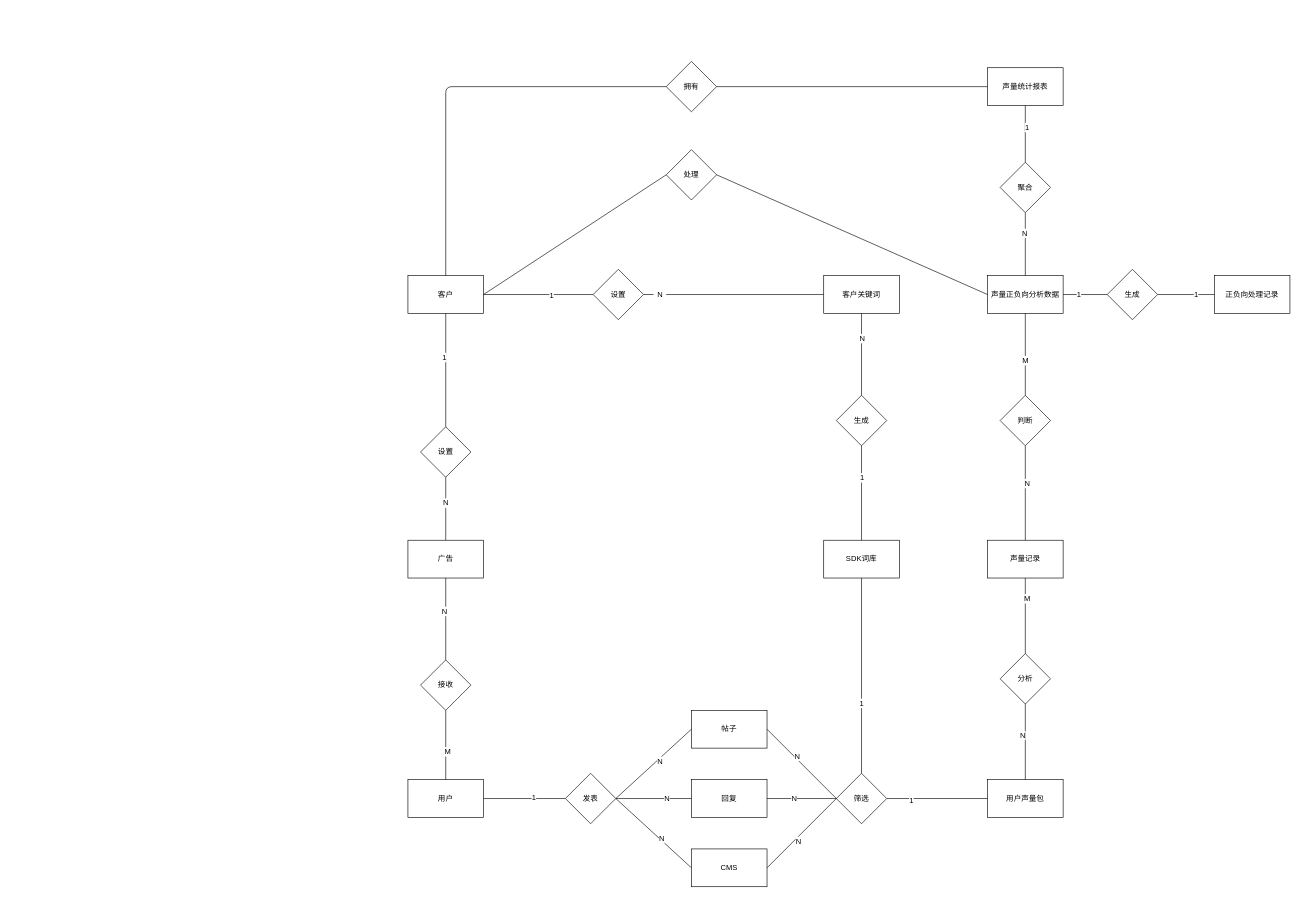
This is ER.drawio from gfwinerme/drawio_shengliang, a draw.io file, before an edit. Source tidied: cells renumbered, new cells numbered last; positions are measured from the earlier drawing's top-left corner, leaving out a move shared by most shapes. Both pictures are drawn from the tidied source at 63%, with x=0, y=0 at pixel (408, 61).
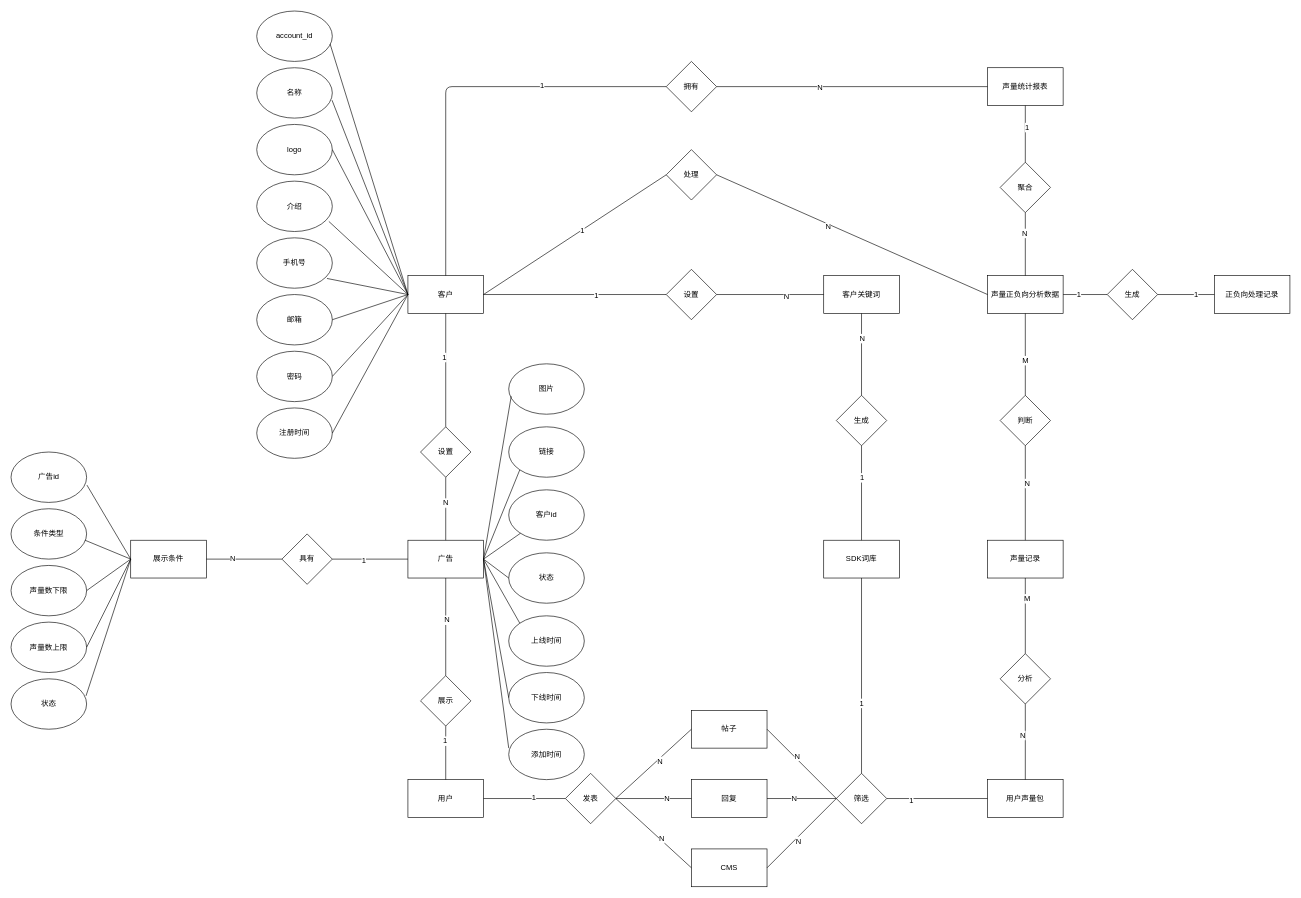
The same page after the edit.

The change refers to these unchanged cells:
```xml
<mxCell id="3" value="客户" style="rounded=0;whiteSpace=wrap;html=1;" parent="1" vertex="1">
  <mxGeometry y="340" width="120" height="60" as="geometry" />
</mxCell>
<mxCell id="4" value="客户关键词" style="rounded=0;whiteSpace=wrap;html=1;" parent="1" vertex="1">
  <mxGeometry x="660" y="340" width="120" height="60" as="geometry" />
</mxCell>
<mxCell id="17" value="用户" style="rounded=0;whiteSpace=wrap;html=1;" parent="1" vertex="1">
  <mxGeometry y="1140" width="120" height="60" as="geometry" />
</mxCell>
<mxCell id="48" value="广告" style="rounded=0;whiteSpace=wrap;html=1;" parent="1" vertex="1">
  <mxGeometry y="760" width="120" height="60" as="geometry" />
</mxCell>
<mxCell id="72" style="endArrow=none;html=1;entryX=0;entryY=0.5;entryDx=0;entryDy=0;exitX=1;exitY=0.5;exitDx=0;exitDy=0;" parent="1" edge="1" source="71" target="65">
  <mxGeometry relative="1" as="geometry" />
</mxCell>
<mxCell id="73" style="endArrow=none;html=1;exitX=0.5;exitY=0;exitDx=0;exitDy=0;entryX=0;entryY=0.5;entryDx=0;entryDy=0;" parent="1" edge="1" source="3" target="71">
  <mxGeometry relative="1" as="geometry">
    <Array as="points">
      <mxPoint x="60" y="40" />
    </Array>
  </mxGeometry>
</mxCell>
<mxCell id="74" style="endArrow=none;html=1;entryX=0;entryY=0.5;entryDx=0;entryDy=0;" parent="1" edge="1" target="75">
  <mxGeometry relative="1" as="geometry">
    <mxPoint x="120" y="370" as="sourcePoint" />
  </mxGeometry>
</mxCell>
<mxCell id="76" style="endArrow=none;html=1;entryX=0;entryY=0.5;entryDx=0;entryDy=0;exitX=1;exitY=0.5;exitDx=0;exitDy=0;" parent="1" edge="1" source="75" target="59">
  <mxGeometry relative="1" as="geometry" />
</mxCell>
```

Diff of the diagram source:
```diff
@@
     <mxCell id="2" value="设置" style="rhombus;whiteSpace=wrap;html=1;" parent="1" vertex="1">
-      <mxGeometry x="294" y="330" width="80" height="80" as="geometry" />
+      <mxGeometry x="410" y="330" width="80" height="80" as="geometry" />
     </mxCell>
@@
-    <mxCell id="8" style="endArrow=none;html=1;entryX=0;entryY=0.5;entryDx=0;entryDy=0;" parent="1" edge="1" source="15" target="4">
-      <mxGeometry relative="1" as="geometry" />
-    </mxCell>
@@
-    <mxCell id="15" value="N" style="text;html=1;align=center;verticalAlign=middle;points=[];" parent="1" vertex="1">
-      <mxGeometry x="390" y="360" width="20" height="20" as="geometry" />
-    </mxCell>
-    <mxCell id="16" style="endArrow=none;html=1;entryX=0;entryY=0.5;entryDx=0;entryDy=0;" parent="1" edge="1" source="2" target="15">
-      <mxGeometry relative="1" as="geometry" />
-    </mxCell>
@@
-    <mxCell id="50" value="接收" style="rhombus;whiteSpace=wrap;html=1;" parent="1" vertex="1">
-      <mxGeometry x="20" y="950" width="80" height="80" as="geometry" />
-    </mxCell>
@@
-    <mxCell id="55" style="endArrow=none;html=1;entryX=0.5;entryY=1;entryDx=0;entryDy=0;" parent="1" edge="1" source="50" target="48">
-      <mxGeometry relative="1" as="geometry" />
-    </mxCell>
-    <mxCell id="56" value="N" style="text;html=1;align=center;verticalAlign=middle;labelBackgroundColor=#ffffff;" parent="55" vertex="1">
-      <mxGeometry x="0.2" y="3" relative="1" as="geometry" />
-    </mxCell>
-    <mxCell id="57" style="endArrow=none;html=1;entryX=0.5;entryY=1;entryDx=0;entryDy=0;exitX=0.5;exitY=0;exitDx=0;exitDy=0;" parent="1" edge="1" source="17" target="50">
-      <mxGeometry relative="1" as="geometry" />
-    </mxCell>
-    <mxCell id="58" value="M" style="text;html=1;align=center;verticalAlign=middle;labelBackgroundColor=#ffffff;" parent="57" vertex="1">
-      <mxGeometry x="-0.18" y="-2" relative="1" as="geometry" />
-    </mxCell>
@@
+    <mxCell id="83" value="N" style="text;html=1;align=center;verticalAlign=middle;labelBackgroundColor=#ffffff;" parent="72" vertex="1">
+      <mxGeometry x="-0.24" y="-1" relative="1" as="geometry" />
+    </mxCell>
@@
+    <mxCell id="84" value="1" style="text;html=1;align=center;verticalAlign=middle;labelBackgroundColor=#ffffff;" parent="73" vertex="1">
+      <mxGeometry x="0.39" y="2" relative="1" as="geometry" />
+    </mxCell>
@@
+    <mxCell id="85" value="1" style="text;html=1;align=center;verticalAlign=middle;labelBackgroundColor=#ffffff;" parent="74" vertex="1">
+      <mxGeometry x="0.08" y="-1" relative="1" as="geometry" />
+    </mxCell>
@@
+    <mxCell id="86" value="N" style="text;html=1;align=center;verticalAlign=middle;labelBackgroundColor=#ffffff;" parent="76" vertex="1">
+      <mxGeometry x="-0.17" y="-4" relative="1" as="geometry" />
+    </mxCell>
@@
+    <mxCell id="87" style="endArrow=none;html=1;exitX=1;exitY=0.5;exitDx=0;exitDy=0;entryX=0;entryY=0.5;entryDx=0;entryDy=0;" parent="1" edge="1" source="2" target="4">
+      <mxGeometry relative="1" as="geometry" />
+    </mxCell>
+    <mxCell id="88" value="N" style="text;html=1;align=center;verticalAlign=middle;labelBackgroundColor=#ffffff;" parent="87" vertex="1">
+      <mxGeometry x="0.29" y="-2" relative="1" as="geometry" />
+    </mxCell>
+    <mxCell id="89" value="logo" style="ellipse;whiteSpace=wrap;html=1;" parent="1" vertex="1">
+      <mxGeometry x="-240" y="100" width="120" height="80" as="geometry" />
+    </mxCell>
+    <mxCell id="90" value="名称" style="ellipse;whiteSpace=wrap;html=1;" parent="1" vertex="1">
+      <mxGeometry x="-240" y="10" width="120" height="80" as="geometry" />
+    </mxCell>
+    <mxCell id="91" value="密码" style="ellipse;whiteSpace=wrap;html=1;" parent="1" vertex="1">
+      <mxGeometry x="-240" y="460" width="120" height="80" as="geometry" />
+    </mxCell>
+    <mxCell id="92" value="手机号" style="ellipse;whiteSpace=wrap;html=1;" parent="1" vertex="1">
+      <mxGeometry x="-240" y="280" width="120" height="80" as="geometry" />
+    </mxCell>
+    <mxCell id="93" value="邮箱" style="ellipse;whiteSpace=wrap;html=1;" parent="1" vertex="1">
+      <mxGeometry x="-240" y="370" width="120" height="80" as="geometry" />
+    </mxCell>
+    <mxCell id="94" value="介绍" style="ellipse;whiteSpace=wrap;html=1;" parent="1" vertex="1">
+      <mxGeometry x="-240" y="190" width="120" height="80" as="geometry" />
+    </mxCell>
+    <mxCell id="95" value="注册时间" style="ellipse;whiteSpace=wrap;html=1;" parent="1" vertex="1">
+      <mxGeometry x="-240" y="550" width="120" height="80" as="geometry" />
+    </mxCell>
+    <mxCell id="96" value="account_id" style="ellipse;whiteSpace=wrap;html=1;" parent="1" vertex="1">
+      <mxGeometry x="-240" y="-80" width="120" height="80" as="geometry" />
+    </mxCell>
+    <mxCell id="97" style="endArrow=none;html=1;entryX=0.971;entryY=0.656;entryDx=0;entryDy=0;entryPerimeter=0;exitX=0;exitY=0.5;exitDx=0;exitDy=0;" parent="1" edge="1" source="3" target="96">
+      <mxGeometry relative="1" as="geometry" />
+    </mxCell>
+    <mxCell id="98" style="endArrow=none;html=1;entryX=0.996;entryY=0.644;entryDx=0;entryDy=0;entryPerimeter=0;" parent="1" edge="1" target="90">
+      <mxGeometry relative="1" as="geometry">
+        <mxPoint y="370" as="sourcePoint" />
+      </mxGeometry>
+    </mxCell>
+    <mxCell id="99" style="endArrow=none;html=1;entryX=0;entryY=0.5;entryDx=0;entryDy=0;exitX=1;exitY=0.5;exitDx=0;exitDy=0;" parent="1" edge="1" source="89" target="3">
+      <mxGeometry relative="1" as="geometry" />
+    </mxCell>
+    <mxCell id="100" style="endArrow=none;html=1;exitX=0.954;exitY=0.8;exitDx=0;exitDy=0;exitPerimeter=0;" parent="1" edge="1" source="94">
+      <mxGeometry relative="1" as="geometry">
+        <mxPoint y="370" as="targetPoint" />
+      </mxGeometry>
+    </mxCell>
+    <mxCell id="101" style="endArrow=none;html=1;exitX=0.929;exitY=0.806;exitDx=0;exitDy=0;entryX=0;entryY=0.5;entryDx=0;entryDy=0;exitPerimeter=0;" parent="1" edge="1" source="92" target="3">
+      <mxGeometry relative="1" as="geometry" />
+    </mxCell>
+    <mxCell id="102" style="endArrow=none;html=1;exitX=1;exitY=0.5;exitDx=0;exitDy=0;" parent="1" edge="1" source="93">
+      <mxGeometry relative="1" as="geometry">
+        <mxPoint y="370" as="targetPoint" />
+      </mxGeometry>
+    </mxCell>
+    <mxCell id="103" style="endArrow=none;html=1;exitX=1;exitY=0.5;exitDx=0;exitDy=0;" parent="1" edge="1" source="91">
+      <mxGeometry relative="1" as="geometry">
+        <mxPoint y="370" as="targetPoint" />
+      </mxGeometry>
+    </mxCell>
+    <mxCell id="104" style="endArrow=none;html=1;exitX=1;exitY=0.5;exitDx=0;exitDy=0;" parent="1" edge="1" source="95">
+      <mxGeometry relative="1" as="geometry">
+        <mxPoint y="370" as="targetPoint" />
+      </mxGeometry>
+    </mxCell>
+    <mxCell id="105" value="图片" style="ellipse;whiteSpace=wrap;html=1;" parent="1" vertex="1">
+      <mxGeometry x="160" y="480" width="120" height="80" as="geometry" />
+    </mxCell>
+    <mxCell id="106" value="链接" style="ellipse;whiteSpace=wrap;html=1;" parent="1" vertex="1">
+      <mxGeometry x="160" y="580" width="120" height="80" as="geometry" />
+    </mxCell>
+    <mxCell id="107" value="客户id" style="ellipse;whiteSpace=wrap;html=1;" parent="1" vertex="1">
+      <mxGeometry x="160" y="680" width="120" height="80" as="geometry" />
+    </mxCell>
+    <mxCell id="108" value="状态" style="ellipse;whiteSpace=wrap;html=1;" parent="1" vertex="1">
+      <mxGeometry x="160" y="780" width="120" height="80" as="geometry" />
+    </mxCell>
+    <mxCell id="109" value="上线时间" style="ellipse;whiteSpace=wrap;html=1;" parent="1" vertex="1">
+      <mxGeometry x="160" y="880" width="120" height="80" as="geometry" />
+    </mxCell>
+    <mxCell id="110" value="下线时间" style="ellipse;whiteSpace=wrap;html=1;" parent="1" vertex="1">
+      <mxGeometry x="160" y="970" width="120" height="80" as="geometry" />
+    </mxCell>
+    <mxCell id="111" value="展示条件" style="rounded=0;whiteSpace=wrap;html=1;" parent="1" vertex="1">
+      <mxGeometry x="-440" y="760" width="120" height="60" as="geometry" />
+    </mxCell>
+    <mxCell id="112" value="具有" style="rhombus;whiteSpace=wrap;html=1;" parent="1" vertex="1">
+      <mxGeometry x="-200" y="750" width="80" height="80" as="geometry" />
+    </mxCell>
+    <mxCell id="113" style="endArrow=none;html=1;entryX=0;entryY=0.5;entryDx=0;entryDy=0;exitX=1;exitY=0.5;exitDx=0;exitDy=0;" parent="1" edge="1" source="112" target="48">
+      <mxGeometry relative="1" as="geometry" />
+    </mxCell>
+    <mxCell id="114" value="1" style="text;html=1;align=center;verticalAlign=middle;labelBackgroundColor=#ffffff;" parent="113" vertex="1">
+      <mxGeometry x="-0.19" y="-2" relative="1" as="geometry" />
+    </mxCell>
+    <mxCell id="115" style="endArrow=none;html=1;exitX=1;exitY=0.5;exitDx=0;exitDy=0;entryX=0;entryY=0.5;entryDx=0;entryDy=0;" parent="1" edge="1" source="111" target="112">
+      <mxGeometry relative="1" as="geometry" />
+    </mxCell>
+    <mxCell id="116" value="N" style="text;html=1;align=center;verticalAlign=middle;labelBackgroundColor=#ffffff;" parent="115" vertex="1">
+      <mxGeometry x="-0.31" y="1" relative="1" as="geometry" />
+    </mxCell>
+    <mxCell id="117" value="展示" style="rhombus;whiteSpace=wrap;html=1;" parent="1" vertex="1">
+      <mxGeometry x="20" y="975" width="80" height="80" as="geometry" />
+    </mxCell>
+    <mxCell id="118" style="endArrow=none;html=1;entryX=0.5;entryY=1;entryDx=0;entryDy=0;" parent="1" edge="1" source="117" target="48">
+      <mxGeometry relative="1" as="geometry" />
+    </mxCell>
+    <mxCell id="119" value="N" style="text;html=1;align=center;verticalAlign=middle;labelBackgroundColor=#ffffff;" parent="118" vertex="1">
+      <mxGeometry x="0.15" y="-1" relative="1" as="geometry" />
+    </mxCell>
+    <mxCell id="120" style="endArrow=none;html=1;exitX=0.5;exitY=0;exitDx=0;exitDy=0;entryX=0.5;entryY=1;entryDx=0;entryDy=0;" parent="1" edge="1" source="17" target="117">
+      <mxGeometry relative="1" as="geometry" />
+    </mxCell>
+    <mxCell id="121" value="1" style="text;html=1;align=center;verticalAlign=middle;labelBackgroundColor=#ffffff;" parent="120" vertex="1">
+      <mxGeometry x="0.47" y="2" relative="1" as="geometry" />
+    </mxCell>
+    <mxCell id="122" style="endArrow=none;html=1;exitX=1;exitY=0.5;exitDx=0;exitDy=0;entryX=0.033;entryY=0.644;entryDx=0;entryDy=0;entryPerimeter=0;" parent="1" edge="1" source="48" target="105">
+      <mxGeometry relative="1" as="geometry" />
+    </mxCell>
+    <mxCell id="123" style="endArrow=none;html=1;entryX=0;entryY=1;entryDx=0;entryDy=0;" parent="1" edge="1" target="106">
+      <mxGeometry relative="1" as="geometry">
+        <mxPoint x="120" y="790" as="sourcePoint" />
+      </mxGeometry>
+    </mxCell>
+    <mxCell id="124" style="endArrow=none;html=1;exitX=1;exitY=0.5;exitDx=0;exitDy=0;" parent="1" edge="1" source="48" target="107">
+      <mxGeometry relative="1" as="geometry" />
+    </mxCell>
+    <mxCell id="125" style="endArrow=none;html=1;exitX=1;exitY=0.5;exitDx=0;exitDy=0;entryX=0;entryY=0.5;entryDx=0;entryDy=0;" parent="1" edge="1" source="48" target="108">
+      <mxGeometry relative="1" as="geometry" />
+    </mxCell>
+    <mxCell id="126" style="endArrow=none;html=1;entryX=0;entryY=0;entryDx=0;entryDy=0;" parent="1" edge="1" target="109">
+      <mxGeometry relative="1" as="geometry">
+        <mxPoint x="120" y="790" as="sourcePoint" />
+      </mxGeometry>
+    </mxCell>
+    <mxCell id="127" style="endArrow=none;html=1;entryX=1;entryY=0.5;entryDx=0;entryDy=0;exitX=0;exitY=0.5;exitDx=0;exitDy=0;" parent="1" edge="1" source="110" target="48">
+      <mxGeometry relative="1" as="geometry" />
+    </mxCell>
+    <mxCell id="128" value="添加时间" style="ellipse;whiteSpace=wrap;html=1;" parent="1" vertex="1">
+      <mxGeometry x="160" y="1060" width="120" height="80" as="geometry" />
+    </mxCell>
+    <mxCell id="129" style="endArrow=none;html=1;entryX=1;entryY=0.5;entryDx=0;entryDy=0;exitX=0;exitY=0.375;exitDx=0;exitDy=0;exitPerimeter=0;" parent="1" edge="1" source="128" target="48">
+      <mxGeometry relative="1" as="geometry" />
+    </mxCell>
+    <mxCell id="130" value="广告id" style="ellipse;whiteSpace=wrap;html=1;" parent="1" vertex="1">
+      <mxGeometry x="-630" y="620" width="120" height="80" as="geometry" />
+    </mxCell>
+    <mxCell id="131" value="条件类型" style="ellipse;whiteSpace=wrap;html=1;" parent="1" vertex="1">
+      <mxGeometry x="-630" y="710" width="120" height="80" as="geometry" />
+    </mxCell>
+    <mxCell id="132" value="声量数下限" style="ellipse;whiteSpace=wrap;html=1;" parent="1" vertex="1">
+      <mxGeometry x="-630" y="800" width="120" height="80" as="geometry" />
+    </mxCell>
+    <mxCell id="133" value="声量数上限" style="ellipse;whiteSpace=wrap;html=1;" parent="1" vertex="1">
+      <mxGeometry x="-630" y="890" width="120" height="80" as="geometry" />
+    </mxCell>
+    <mxCell id="134" style="endArrow=none;html=1;exitX=1.004;exitY=0.656;exitDx=0;exitDy=0;exitPerimeter=0;entryX=0;entryY=0.5;entryDx=0;entryDy=0;" parent="1" edge="1" source="130" target="111">
+      <mxGeometry relative="1" as="geometry" />
+    </mxCell>
+    <mxCell id="135" style="endArrow=none;html=1;exitX=0.979;exitY=0.625;exitDx=0;exitDy=0;exitPerimeter=0;entryX=0;entryY=0.5;entryDx=0;entryDy=0;" parent="1" edge="1" source="131" target="111">
+      <mxGeometry relative="1" as="geometry" />
+    </mxCell>
+    <mxCell id="136" style="endArrow=none;html=1;exitX=1;exitY=0.5;exitDx=0;exitDy=0;" parent="1" edge="1" source="132">
+      <mxGeometry relative="1" as="geometry">
+        <mxPoint x="-440" y="790" as="targetPoint" />
+      </mxGeometry>
+    </mxCell>
+    <mxCell id="137" style="endArrow=none;html=1;entryX=0;entryY=0.5;entryDx=0;entryDy=0;exitX=1;exitY=0.5;exitDx=0;exitDy=0;" parent="1" edge="1" source="133" target="111">
+      <mxGeometry relative="1" as="geometry" />
+    </mxCell>
+    <mxCell id="138" value="状态" style="ellipse;whiteSpace=wrap;html=1;" parent="1" vertex="1">
+      <mxGeometry x="-630" y="980" width="120" height="80" as="geometry" />
+    </mxCell>
+    <mxCell id="139" style="endArrow=none;html=1;exitX=0.992;exitY=0.338;exitDx=0;exitDy=0;exitPerimeter=0;entryX=0;entryY=0.5;entryDx=0;entryDy=0;" parent="1" edge="1" source="138" target="111">
+      <mxGeometry relative="1" as="geometry" />
+    </mxCell>
```
